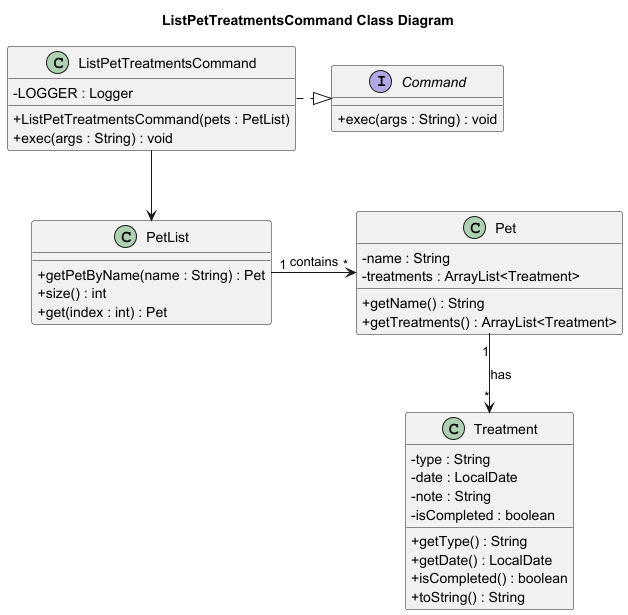
Before: docs/diagrams/ListPetTreatmentsCommand_Class_Diagram.png, a diagram exported from PlantUML (Kevin88866/tp).
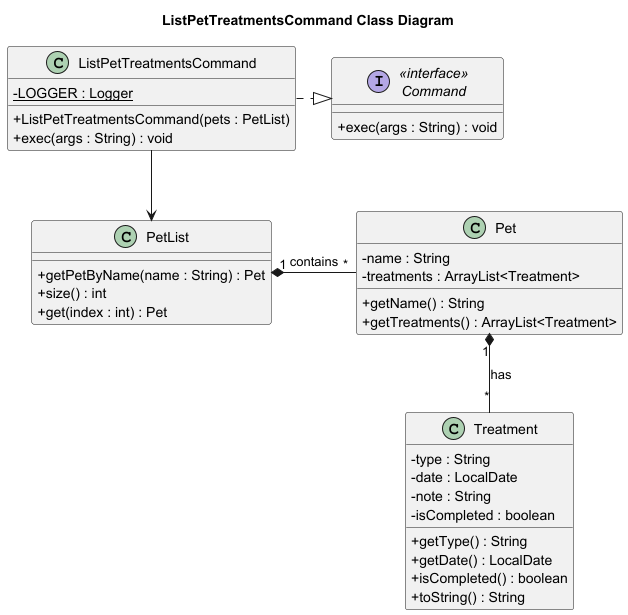
Later version of the same file.

Diff of the diagram source:
```diff
@@ -3,12 +3,12 @@
 title ListPetTreatmentsCommand Class Diagram
 
 
-interface Command {
+interface "<<interface>>\nCommand" as Command {
     + exec(args : String) : void
 }
 
 class ListPetTreatmentsCommand {
-    - LOGGER : Logger
+    - {static} LOGGER : Logger
     + ListPetTreatmentsCommand(pets : PetList)
     + exec(args : String) : void
 }
@@ -40,6 +40,6 @@
 
 ListPetTreatmentsCommand .|> Command
 ListPetTreatmentsCommand --> PetList
-PetList "1" -> "*" Pet : contains
-Pet "1" --> "*" Treatment : has
+PetList "1" *- "*" Pet : contains
+Pet "1" *-- "*" Treatment : has
 @enduml
```
